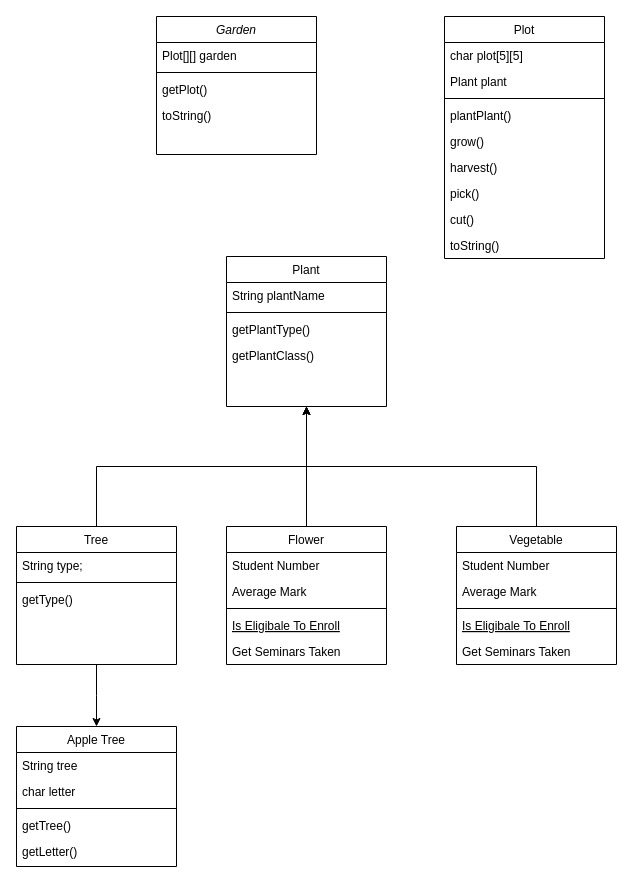
This is Garden.drawio from Savaesthetic/CS210-GardenULM, a draw.io file, before an edit. Source tidied: cells renumbered, new cells numbered last; positions are measured from the earlier drawing's top-left corner, leaving out a move shared by most shapes. Both pictures are drawn from the tidied source at 100%, with x=0, y=0 at pixel (16, 16).
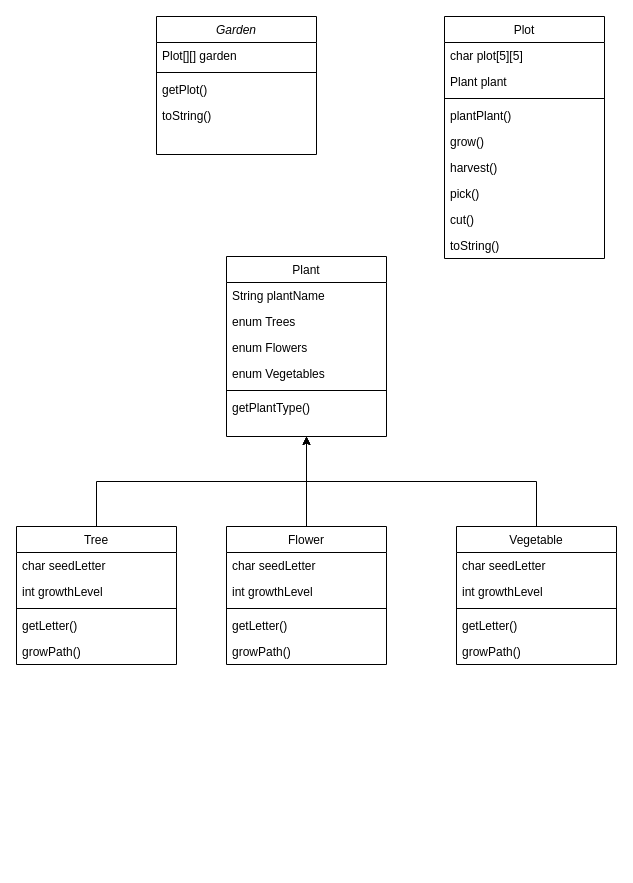
Above is the later version.

Unchanged cells that the change refers to:
```xml
<mxCell id="19" value="Tree&#10;" style="swimlane;fontStyle=0;align=center;verticalAlign=top;horizontal=1;startSize=26;rounded=0;shadow=0;strokeWidth=1;" parent="1" vertex="1">
  <mxGeometry y="510" width="160" height="138" as="geometry" />
</mxCell>
<mxCell id="24" value="Flower" style="swimlane;fontStyle=0;align=center;verticalAlign=top;horizontal=1;startSize=26;rounded=0;shadow=0;strokeWidth=1;" parent="1" vertex="1">
  <mxGeometry x="210" y="510" width="160" height="138" as="geometry" />
</mxCell>
<mxCell id="31" value="Vegetable" style="swimlane;fontStyle=0;align=center;verticalAlign=top;horizontal=1;startSize=26;rounded=0;shadow=0;strokeWidth=1;" parent="1" vertex="1">
  <mxGeometry x="440" y="510" width="160" height="138" as="geometry" />
</mxCell>
```

The edit, as a diff of the source:
```diff
@@
-    <mxCell id="18" style="edgeStyle=orthogonalEdgeStyle;rounded=0;jettySize=auto;html=1;exitX=0.5;exitY=1;exitDx=0;exitDy=0;" parent="1" edge="1" source="19">
-      <mxGeometry relative="1" as="geometry">
-        <mxPoint x="80" y="710" as="targetPoint" />
-      </mxGeometry>
-    </mxCell>
@@
-    <mxCell id="20" value="String type;" style="text;align=left;verticalAlign=top;spacingLeft=4;spacingRight=4;overflow=hidden;rounded=0;shadow=0;html=0;" parent="19" vertex="1">
+    <mxCell id="20" value="char seedLetter" style="text;align=left;verticalAlign=top;spacingLeft=4;spacingRight=4;overflow=hidden;rounded=0;shadow=0;html=0;" parent="19" vertex="1">
       <mxGeometry y="26" width="160" height="26" as="geometry" />
     </mxCell>
+    <mxCell id="48" value="int growthLevel" style="text;align=left;verticalAlign=top;spacingLeft=4;spacingRight=4;overflow=hidden;rounded=0;shadow=0;html=0;" parent="19" vertex="1">
+      <mxGeometry y="52" width="160" height="26" as="geometry" />
+    </mxCell>
     <mxCell id="21" style="line;html=1;strokeWidth=1;align=left;verticalAlign=middle;spacingTop=-1;spacingLeft=3;spacingRight=3;labelPosition=right;" parent="19" vertex="1">
-      <mxGeometry y="52" width="160" height="8" as="geometry" />
+      <mxGeometry y="78" width="160" height="8" as="geometry" />
     </mxCell>
-    <mxCell id="22" value="getType()" style="text;align=left;verticalAlign=top;spacingLeft=4;spacingRight=4;overflow=hidden;" parent="19" vertex="1">
-      <mxGeometry y="60" width="160" height="26" as="geometry" />
+    <mxCell id="22" value="getLetter()" style="text;align=left;verticalAlign=top;spacingLeft=4;spacingRight=4;overflow=hidden;" parent="19" vertex="1">
+      <mxGeometry y="86" width="160" height="26" as="geometry" />
     </mxCell>
+    <mxCell id="49" value="growPath()" style="text;align=left;verticalAlign=top;spacingLeft=4;spacingRight=4;overflow=hidden;" parent="19" vertex="1">
+      <mxGeometry y="112" width="160" height="26" as="geometry" />
+    </mxCell>
@@
-    <mxCell id="25" value="Student Number" style="text;align=left;verticalAlign=top;spacingLeft=4;spacingRight=4;overflow=hidden;" parent="24" vertex="1">
-      <mxGeometry y="26" width="160" height="26" as="geometry" />
-    </mxCell>
-    <mxCell id="26" value="Average Mark" style="text;align=left;verticalAlign=top;spacingLeft=4;spacingRight=4;overflow=hidden;rounded=0;shadow=0;html=0;" parent="24" vertex="1">
-      <mxGeometry y="52" width="160" height="26" as="geometry" />
-    </mxCell>
+    <mxCell id="29" value="char seedLetter" style="text;align=left;verticalAlign=top;spacingLeft=4;spacingRight=4;overflow=hidden;" parent="24" vertex="1">
+      <mxGeometry y="26" width="160" height="26" as="geometry" />
+    </mxCell>
+    <mxCell id="50" value="int growthLevel" style="text;align=left;verticalAlign=top;spacingLeft=4;spacingRight=4;overflow=hidden;rounded=0;shadow=0;html=0;" parent="24" vertex="1">
+      <mxGeometry y="52" width="160" height="26" as="geometry" />
+    </mxCell>
@@
-    <mxCell id="28" value="Is Eligibale To Enroll" style="text;align=left;verticalAlign=top;spacingLeft=4;spacingRight=4;overflow=hidden;fontStyle=4;" parent="24" vertex="1">
-      <mxGeometry y="86" width="160" height="26" as="geometry" />
-    </mxCell>
-    <mxCell id="29" value="Get Seminars Taken" style="text;align=left;verticalAlign=top;spacingLeft=4;spacingRight=4;overflow=hidden;" parent="24" vertex="1">
-      <mxGeometry y="112" width="160" height="26" as="geometry" />
-    </mxCell>
+    <mxCell id="51" value="getLetter()" style="text;align=left;verticalAlign=top;spacingLeft=4;spacingRight=4;overflow=hidden;" parent="24" vertex="1">
+      <mxGeometry y="86" width="160" height="26" as="geometry" />
+    </mxCell>
+    <mxCell id="52" value="growPath()" style="text;align=left;verticalAlign=top;spacingLeft=4;spacingRight=4;overflow=hidden;" parent="24" vertex="1">
+      <mxGeometry y="112" width="160" height="26" as="geometry" />
+    </mxCell>
@@
-    <mxCell id="32" value="Student Number" style="text;align=left;verticalAlign=top;spacingLeft=4;spacingRight=4;overflow=hidden;" parent="31" vertex="1">
-      <mxGeometry y="26" width="160" height="26" as="geometry" />
-    </mxCell>
-    <mxCell id="33" value="Average Mark" style="text;align=left;verticalAlign=top;spacingLeft=4;spacingRight=4;overflow=hidden;rounded=0;shadow=0;html=0;" parent="31" vertex="1">
-      <mxGeometry y="52" width="160" height="26" as="geometry" />
-    </mxCell>
+    <mxCell id="36" value="char seedLetter" style="text;align=left;verticalAlign=top;spacingLeft=4;spacingRight=4;overflow=hidden;" parent="31" vertex="1">
+      <mxGeometry y="26" width="160" height="26" as="geometry" />
+    </mxCell>
+    <mxCell id="53" value="int growthLevel" style="text;align=left;verticalAlign=top;spacingLeft=4;spacingRight=4;overflow=hidden;rounded=0;shadow=0;html=0;" parent="31" vertex="1">
+      <mxGeometry y="52" width="160" height="26" as="geometry" />
+    </mxCell>
@@
-    <mxCell id="35" value="Is Eligibale To Enroll" style="text;align=left;verticalAlign=top;spacingLeft=4;spacingRight=4;overflow=hidden;fontStyle=4;" parent="31" vertex="1">
-      <mxGeometry y="86" width="160" height="26" as="geometry" />
-    </mxCell>
-    <mxCell id="36" value="Get Seminars Taken" style="text;align=left;verticalAlign=top;spacingLeft=4;spacingRight=4;overflow=hidden;" parent="31" vertex="1">
-      <mxGeometry y="112" width="160" height="26" as="geometry" />
-    </mxCell>
+    <mxCell id="54" value="getLetter()" style="text;align=left;verticalAlign=top;spacingLeft=4;spacingRight=4;overflow=hidden;" parent="31" vertex="1">
+      <mxGeometry y="86" width="160" height="26" as="geometry" />
+    </mxCell>
+    <mxCell id="55" value="growPath()" style="text;align=left;verticalAlign=top;spacingLeft=4;spacingRight=4;overflow=hidden;" parent="31" vertex="1">
+      <mxGeometry y="112" width="160" height="26" as="geometry" />
+    </mxCell>
     <mxCell id="37" value="Plant&#10;" style="swimlane;fontStyle=0;align=center;verticalAlign=top;horizontal=1;startSize=26;rounded=0;shadow=0;strokeWidth=1;" parent="1" vertex="1">
-      <mxGeometry x="210" y="240" width="160" height="150" as="geometry" />
+      <mxGeometry x="210" y="240" width="160" height="180" as="geometry" />
     </mxCell>
@@
+    <mxCell id="56" value="enum Trees" style="text;align=left;verticalAlign=top;spacingLeft=4;spacingRight=4;overflow=hidden;" parent="37" vertex="1">
+      <mxGeometry y="52" width="160" height="26" as="geometry" />
+    </mxCell>
+    <mxCell id="57" value="enum Flowers" style="text;align=left;verticalAlign=top;spacingLeft=4;spacingRight=4;overflow=hidden;" parent="37" vertex="1">
+      <mxGeometry y="78" width="160" height="26" as="geometry" />
+    </mxCell>
+    <mxCell id="58" value="enum Vegetables" style="text;align=left;verticalAlign=top;spacingLeft=4;spacingRight=4;overflow=hidden;" parent="37" vertex="1">
+      <mxGeometry y="104" width="160" height="26" as="geometry" />
+    </mxCell>
     <mxCell id="39" style="line;html=1;strokeWidth=1;align=left;verticalAlign=middle;spacingTop=-1;spacingLeft=3;spacingRight=3;labelPosition=right;" parent="37" vertex="1">
-      <mxGeometry y="52" width="160" height="8" as="geometry" />
+      <mxGeometry y="130" width="160" height="8" as="geometry" />
     </mxCell>
     <mxCell id="40" value="getPlantType()" style="text;align=left;verticalAlign=top;spacingLeft=4;spacingRight=4;overflow=hidden;" parent="37" vertex="1">
-      <mxGeometry y="60" width="160" height="26" as="geometry" />
+      <mxGeometry y="138" width="160" height="26" as="geometry" />
     </mxCell>
-    <mxCell id="41" value="getPlantClass()" style="text;align=left;verticalAlign=top;spacingLeft=4;spacingRight=4;overflow=hidden;" parent="37" vertex="1">
-      <mxGeometry y="86" width="160" height="26" as="geometry" />
-    </mxCell>
-    <mxCell id="42" value="Apple Tree" style="swimlane;fontStyle=0;align=center;verticalAlign=top;horizontal=1;startSize=26;rounded=0;shadow=0;strokeWidth=1;" parent="1" vertex="1">
-      <mxGeometry y="710" width="160" height="140" as="geometry" />
-    </mxCell>
-    <mxCell id="43" value="String tree" style="text;align=left;verticalAlign=top;spacingLeft=4;spacingRight=4;overflow=hidden;rounded=0;shadow=0;html=0;" parent="42" vertex="1">
-      <mxGeometry y="26" width="160" height="26" as="geometry" />
-    </mxCell>
-    <mxCell id="44" value="char letter" style="text;align=left;verticalAlign=top;spacingLeft=4;spacingRight=4;overflow=hidden;rounded=0;shadow=0;html=0;" parent="42" vertex="1">
-      <mxGeometry y="52" width="160" height="26" as="geometry" />
-    </mxCell>
-    <mxCell id="45" style="line;html=1;strokeWidth=1;align=left;verticalAlign=middle;spacingTop=-1;spacingLeft=3;spacingRight=3;labelPosition=right;" parent="42" vertex="1">
-      <mxGeometry y="78" width="160" height="8" as="geometry" />
-    </mxCell>
-    <mxCell id="46" value="getTree()" style="text;align=left;verticalAlign=top;spacingLeft=4;spacingRight=4;overflow=hidden;" parent="42" vertex="1">
-      <mxGeometry y="86" width="160" height="26" as="geometry" />
-    </mxCell>
-    <mxCell id="47" value="getLetter()" style="text;align=left;verticalAlign=top;spacingLeft=4;spacingRight=4;overflow=hidden;" parent="42" vertex="1">
-      <mxGeometry y="112" width="160" height="26" as="geometry" />
-    </mxCell>
```
